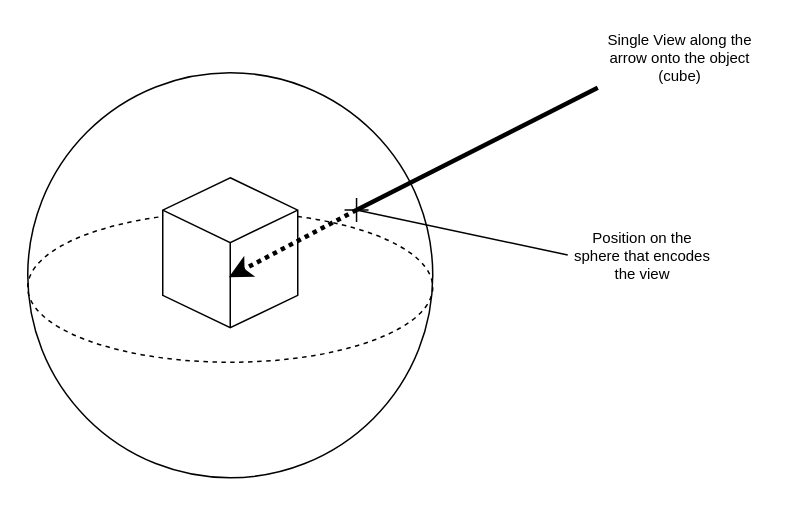
Earlier version of the draw.io diagram img/sphere_views.drawio (sraesch/pixel-contribution). Source tidied: cells renumbered, new cells numbered last; positions are measured from the earlier drawing's top-left corner, leaving out a move shared by most shapes. Both pictures are drawn from the tidied source at 150%, with x=0, y=0 at pixel (27, 27).
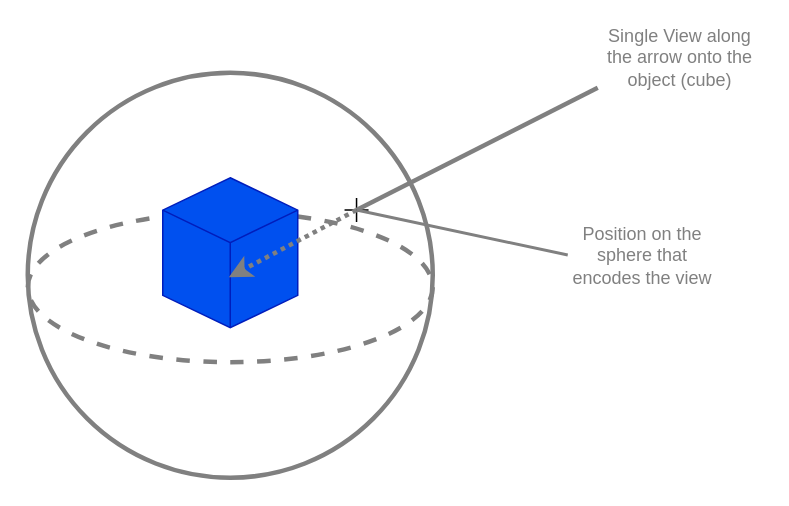
The same diagram, later.

Change to the diagram source:
```diff
@@
 <mxGraphModel>
   <root>
     <mxCell id="0" />
     <mxCell id="1" parent="0" />
-    <mxCell id="2" style="ellipse;whiteSpace=wrap;html=1;fillColor=default;" parent="1" vertex="1">
+    <mxCell id="2" style="ellipse;whiteSpace=wrap;html=1;fillColor=none;strokeWidth=3;strokeColor=#808080;" parent="1" vertex="1">
       <mxGeometry y="30" width="270" height="270" as="geometry" />
     </mxCell>
-    <mxCell id="3" style="ellipse;whiteSpace=wrap;html=1;dashed=1;fillColor=none;" parent="1" vertex="1">
+    <mxCell id="3" style="ellipse;whiteSpace=wrap;html=1;dashed=1;fillColor=none;strokeWidth=3;strokeColor=#808080;" parent="1" vertex="1">
       <mxGeometry y="123" width="270" height="100" as="geometry" />
     </mxCell>
-    <mxCell id="4" style="html=1;whiteSpace=wrap;shape=isoCube2;backgroundOutline=1;isoAngle=15;" parent="1" vertex="1">
+    <mxCell id="4" style="html=1;whiteSpace=wrap;shape=isoCube2;backgroundOutline=1;isoAngle=15;fillColor=#0050ef;fontColor=#ffffff;strokeColor=#001DBC;" parent="1" vertex="1">
       <mxGeometry x="90" y="100" width="90" height="100" as="geometry" />
     </mxCell>
     <mxCell id="5" style="shape=cross;whiteSpace=wrap;html=1;size=0;fillColor=#FFFFFF;rotation=-90;" parent="1" vertex="1">
       <mxGeometry x="211.2" y="113.5" width="16" height="16" as="geometry" />
     </mxCell>
-    <mxCell id="6" style="endArrow=none;html=1;rounded=0;exitX=0;exitY=0;exitDx=8;exitDy=8;exitPerimeter=0;strokeWidth=3;" parent="1" edge="1" source="5">
+    <mxCell id="6" style="endArrow=none;html=1;rounded=0;exitX=0;exitY=0;exitDx=8;exitDy=8;exitPerimeter=0;strokeWidth=3;strokeColor=#808080;" parent="1" edge="1" source="5">
       <mxGeometry relative="1" as="geometry">
         <mxPoint x="380" y="40" as="targetPoint" />
       </mxGeometry>
     </mxCell>
-    <mxCell id="7" style="endArrow=classic;html=1;rounded=0;exitX=0;exitY=0;exitDx=8;exitDy=8;exitPerimeter=0;entryX=0.49;entryY=0.663;entryDx=0;entryDy=0;entryPerimeter=0;dashed=1;dashPattern=1 1;strokeWidth=3;" parent="1" edge="1" source="5" target="4">
+    <mxCell id="7" style="endArrow=classic;html=1;rounded=0;exitX=0;exitY=0;exitDx=8;exitDy=8;exitPerimeter=0;entryX=0.49;entryY=0.663;entryDx=0;entryDy=0;entryPerimeter=0;dashed=1;dashPattern=1 1;strokeWidth=3;strokeColor=#808080;" parent="1" edge="1" source="5" target="4">
       <mxGeometry relative="1" as="geometry" />
     </mxCell>
-    <mxCell id="8" value="Single View along the arrow onto the object (cube)" style="text;html=1;strokeColor=none;fillColor=none;align=center;verticalAlign=middle;whiteSpace=wrap;rounded=0;fontSize=10;" parent="1" vertex="1">
+    <mxCell id="8" value="Single View along the arrow onto the object (cube)" style="text;html=1;strokeColor=none;fillColor=none;align=center;verticalAlign=middle;whiteSpace=wrap;rounded=0;fontSize=12;fontColor=#808080;" parent="1" vertex="1">
       <mxGeometry x="380" width="110" height="40" as="geometry" />
     </mxCell>
-    <mxCell id="9" value="Position on the sphere that encodes the view" style="text;html=1;strokeColor=none;fillColor=none;align=center;verticalAlign=middle;whiteSpace=wrap;rounded=0;fontSize=10;" parent="1" vertex="1">
+    <mxCell id="9" value="Position on the sphere that encodes the view" style="text;html=1;strokeColor=none;fillColor=none;align=center;verticalAlign=middle;whiteSpace=wrap;rounded=0;fontSize=12;fontColor=#808080;" parent="1" vertex="1">
       <mxGeometry x="360" y="123" width="100" height="57" as="geometry" />
     </mxCell>
-    <mxCell id="10" style="endArrow=none;html=1;rounded=0;exitX=0;exitY=0;exitDx=8;exitDy=8;exitPerimeter=0;entryX=0;entryY=0.5;entryDx=0;entryDy=0;" parent="1" edge="1" source="5" target="9">
+    <mxCell id="10" style="endArrow=none;html=1;rounded=0;exitX=0;exitY=0;exitDx=8;exitDy=8;exitPerimeter=0;entryX=0;entryY=0.5;entryDx=0;entryDy=0;strokeWidth=2;strokeColor=#808080;" parent="1" edge="1" source="5" target="9">
       <mxGeometry relative="1" as="geometry" />
     </mxCell>
   </root>
 </mxGraphModel>
```
